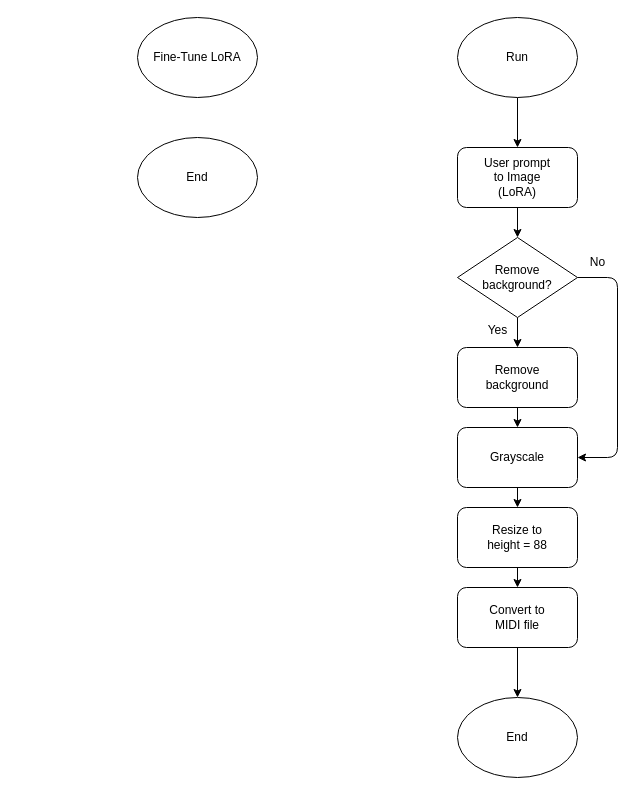
Above: flow.drawio in LunaticGhoulPiano/MIDI-Art-Generator (draw.io), before the change. Source tidied: cells renumbered, new cells numbered last; positions are measured from the earlier drawing's top-left corner, leaving out a move shared by most shapes. Both pictures are drawn from the tidied source at 100%, with x=0, y=0 at pixel (137, 17).
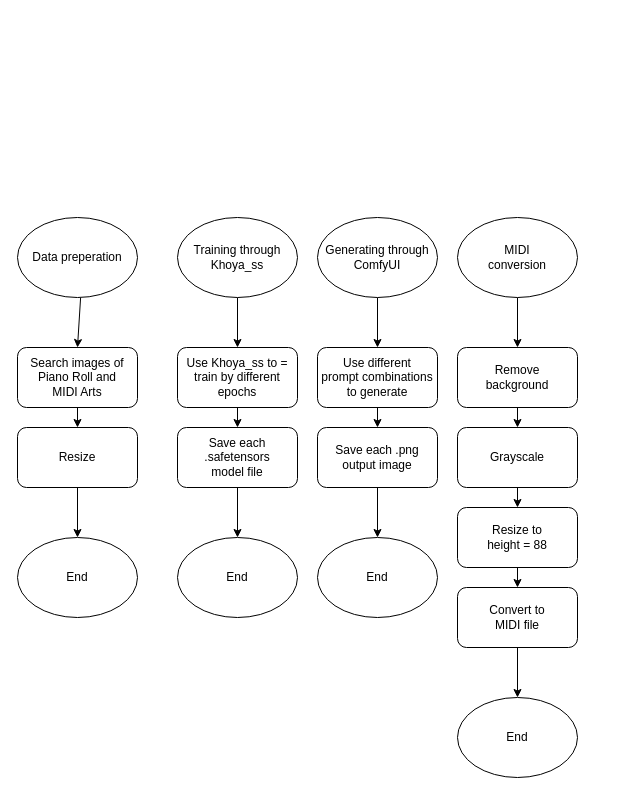
After the change.

Unchanged cells that the change refers to:
```xml
<mxCell id="13" value="Remove&lt;div&gt;background&lt;/div&gt;" style="rounded=1;whiteSpace=wrap;html=1;" parent="1" vertex="1">
  <mxGeometry x="320" y="330" width="120" height="60" as="geometry" />
</mxCell>
<mxCell id="15" value="Grayscale" style="rounded=1;whiteSpace=wrap;html=1;" parent="1" vertex="1">
  <mxGeometry x="320" y="410" width="120" height="60" as="geometry" />
</mxCell>
```

What changed in the source:
```diff
@@
+    <mxCell id="22" style="edgeStyle=none;html=1;" parent="1" edge="1" source="2" target="32">
+      <mxGeometry relative="1" as="geometry" />
+    </mxCell>
-    <mxCell id="2" value="Fine-Tune LoRA" style="ellipse;whiteSpace=wrap;html=1;" parent="1" vertex="1">
-      <mxGeometry width="120" height="80" as="geometry" />
+    <mxCell id="2" value="Training through&lt;div&gt;Khoya_ss&lt;/div&gt;" style="ellipse;whiteSpace=wrap;html=1;" parent="1" vertex="1">
+      <mxGeometry x="40" y="200" width="120" height="80" as="geometry" />
     </mxCell>
     <mxCell id="3" value="End" style="ellipse;whiteSpace=wrap;html=1;" parent="1" vertex="1">
-      <mxGeometry y="120" width="120" height="80" as="geometry" />
+      <mxGeometry x="40" y="520" width="120" height="80" as="geometry" />
     </mxCell>
-    <mxCell id="4" style="edgeStyle=none;html=1;" parent="1" edge="1" source="5" target="8">
-      <mxGeometry relative="1" as="geometry" />
-    </mxCell>
+    <mxCell id="23" style="edgeStyle=none;html=1;" parent="1" edge="1" source="5" target="13">
+      <mxGeometry relative="1" as="geometry" />
+    </mxCell>
-    <mxCell id="5" value="Run" style="ellipse;whiteSpace=wrap;html=1;" parent="1" vertex="1">
-      <mxGeometry x="320" width="120" height="80" as="geometry" />
+    <mxCell id="5" value="MIDI&lt;div&gt;conversion&lt;/div&gt;" style="ellipse;whiteSpace=wrap;html=1;" parent="1" vertex="1">
+      <mxGeometry x="320" y="200" width="120" height="80" as="geometry" />
     </mxCell>
@@
-    <mxCell id="7" style="edgeStyle=none;html=1;entryX=0.5;entryY=0;entryDx=0;entryDy=0;" parent="1" edge="1" source="8" target="11">
-      <mxGeometry relative="1" as="geometry" />
-    </mxCell>
-    <mxCell id="8" value="User prompt&lt;div&gt;to&amp;nbsp;&lt;span style=&quot;background-color: transparent;&quot;&gt;Image&lt;/span&gt;&lt;/div&gt;&lt;div&gt;&lt;span style=&quot;background-color: transparent;&quot;&gt;(LoRA)&lt;/span&gt;&lt;/div&gt;" style="rounded=1;whiteSpace=wrap;html=1;" parent="1" vertex="1">
-      <mxGeometry x="320" y="130" width="120" height="60" as="geometry" />
-    </mxCell>
-    <mxCell id="9" style="edgeStyle=none;html=1;exitX=0.5;exitY=1;exitDx=0;exitDy=0;entryX=0.5;entryY=0;entryDx=0;entryDy=0;" parent="1" edge="1" source="11" target="13">
-      <mxGeometry relative="1" as="geometry" />
-    </mxCell>
-    <mxCell id="10" style="edgeStyle=none;html=1;exitX=1;exitY=0.5;exitDx=0;exitDy=0;entryX=1;entryY=0.5;entryDx=0;entryDy=0;" parent="1" edge="1" source="11" target="15">
-      <mxGeometry relative="1" as="geometry">
-        <Array as="points">
-          <mxPoint x="480" y="260" />
-          <mxPoint x="480" y="440" />
-        </Array>
-      </mxGeometry>
-    </mxCell>
-    <mxCell id="11" value="Remove&lt;div&gt;background?&lt;/div&gt;" style="rhombus;whiteSpace=wrap;html=1;" parent="1" vertex="1">
-      <mxGeometry x="320" y="220" width="120" height="80" as="geometry" />
-    </mxCell>
@@
-    <mxCell id="20" value="Yes" style="text;html=1;align=center;verticalAlign=middle;strokeColor=none;fillColor=none;" parent="1" vertex="1">
-      <mxGeometry x="340" y="298" width="40" height="30" as="geometry" />
-    </mxCell>
-    <mxCell id="21" value="No" style="text;html=1;align=center;verticalAlign=middle;strokeColor=none;fillColor=none;" parent="1" vertex="1">
-      <mxGeometry x="440" y="230" width="40" height="30" as="geometry" />
-    </mxCell>
+    <mxCell id="24" style="edgeStyle=none;html=1;" parent="1" edge="1" source="25" target="27">
+      <mxGeometry relative="1" as="geometry" />
+    </mxCell>
+    <mxCell id="25" value="Data preperation" style="ellipse;whiteSpace=wrap;html=1;" parent="1" vertex="1">
+      <mxGeometry x="-120" y="200" width="120" height="80" as="geometry" />
+    </mxCell>
+    <mxCell id="26" style="edgeStyle=none;html=1;" parent="1" edge="1" source="27" target="29">
+      <mxGeometry relative="1" as="geometry" />
+    </mxCell>
+    <mxCell id="27" value="Search images of&lt;div&gt;Piano Roll and&lt;/div&gt;&lt;div&gt;MIDI Arts&lt;/div&gt;" style="rounded=1;whiteSpace=wrap;html=1;" parent="1" vertex="1">
+      <mxGeometry x="-120" y="330" width="120" height="60" as="geometry" />
+    </mxCell>
+    <mxCell id="28" style="edgeStyle=none;html=1;" parent="1" edge="1" source="29" target="30">
+      <mxGeometry relative="1" as="geometry" />
+    </mxCell>
+    <mxCell id="29" value="Resize" style="rounded=1;whiteSpace=wrap;html=1;" parent="1" vertex="1">
+      <mxGeometry x="-120" y="410" width="120" height="60" as="geometry" />
+    </mxCell>
+    <mxCell id="30" value="End" style="ellipse;whiteSpace=wrap;html=1;" parent="1" vertex="1">
+      <mxGeometry x="-120" y="520" width="120" height="80" as="geometry" />
+    </mxCell>
+    <mxCell id="31" style="edgeStyle=none;html=1;" parent="1" edge="1" source="32" target="34">
+      <mxGeometry relative="1" as="geometry" />
+    </mxCell>
+    <mxCell id="32" value="Use Khoya_ss to =&lt;div&gt;train by different&lt;/div&gt;&lt;div&gt;epochs&lt;/div&gt;" style="rounded=1;whiteSpace=wrap;html=1;" parent="1" vertex="1">
+      <mxGeometry x="40" y="330" width="120" height="60" as="geometry" />
+    </mxCell>
+    <mxCell id="33" style="edgeStyle=none;html=1;" parent="1" edge="1" source="34" target="3">
+      <mxGeometry relative="1" as="geometry" />
+    </mxCell>
+    <mxCell id="34" value="Save each&lt;div&gt;.safetensors&lt;/div&gt;&lt;div&gt;model file&lt;/div&gt;" style="rounded=1;whiteSpace=wrap;html=1;" parent="1" vertex="1">
+      <mxGeometry x="40" y="410" width="120" height="60" as="geometry" />
+    </mxCell>
+    <mxCell id="35" style="edgeStyle=none;html=1;" parent="1" edge="1" source="36" target="38">
+      <mxGeometry relative="1" as="geometry" />
+    </mxCell>
+    <mxCell id="36" value="Generating through&lt;div&gt;ComfyUI&lt;/div&gt;" style="ellipse;whiteSpace=wrap;html=1;" parent="1" vertex="1">
+      <mxGeometry x="180" y="200" width="120" height="80" as="geometry" />
+    </mxCell>
+    <mxCell id="37" style="edgeStyle=none;html=1;" parent="1" edge="1" source="38" target="41">
+      <mxGeometry relative="1" as="geometry" />
+    </mxCell>
+    <mxCell id="38" value="Use different&lt;div&gt;prompt combinations&lt;/div&gt;&lt;div&gt;to generate&lt;/div&gt;" style="rounded=1;whiteSpace=wrap;html=1;" parent="1" vertex="1">
+      <mxGeometry x="180" y="330" width="120" height="60" as="geometry" />
+    </mxCell>
+    <mxCell id="39" value="End" style="ellipse;whiteSpace=wrap;html=1;" parent="1" vertex="1">
+      <mxGeometry x="180" y="520" width="120" height="80" as="geometry" />
+    </mxCell>
+    <mxCell id="40" style="edgeStyle=none;html=1;" parent="1" edge="1" source="41" target="39">
+      <mxGeometry relative="1" as="geometry" />
+    </mxCell>
+    <mxCell id="41" value="Save each&amp;nbsp;&lt;span style=&quot;background-color: transparent;&quot;&gt;.png&lt;/span&gt;&lt;div&gt;&lt;span style=&quot;background-color: transparent;&quot;&gt;output&amp;nbsp;&lt;/span&gt;&lt;span style=&quot;background-color: transparent;&quot;&gt;image&lt;/span&gt;&lt;/div&gt;" style="rounded=1;whiteSpace=wrap;html=1;" parent="1" vertex="1">
+      <mxGeometry x="180" y="410" width="120" height="60" as="geometry" />
+    </mxCell>
```
